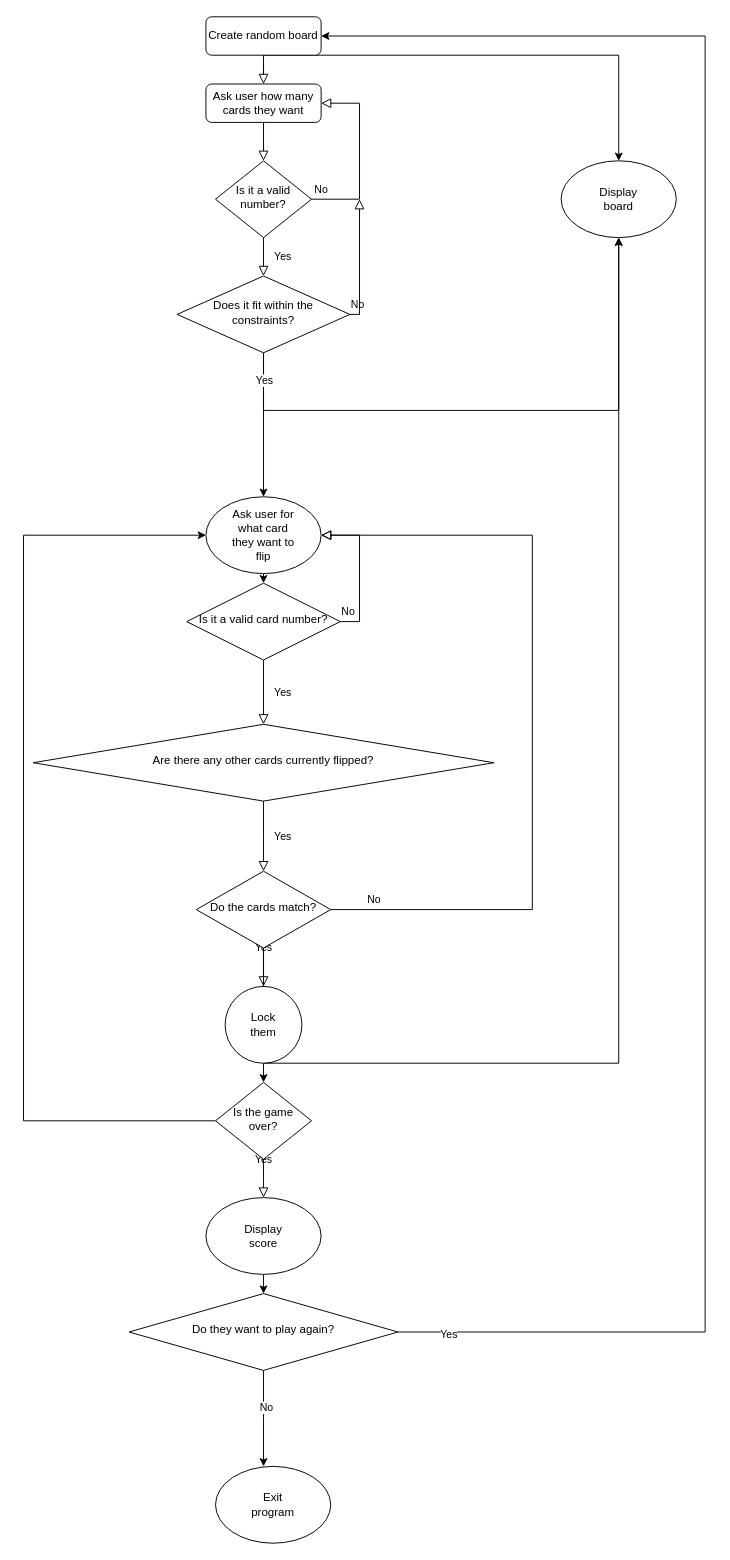
Before: Memory game python flowchart.drawio in zadeviggers/11dte-programming-asessment, a draw.io diagram. Source tidied: cells renumbered, new cells numbered last; positions are measured from the earlier drawing's top-left corner, leaving out a move shared by most shapes. Both pictures are drawn from the tidied source at 96%, with x=0, y=0 at pixel (23, 16).
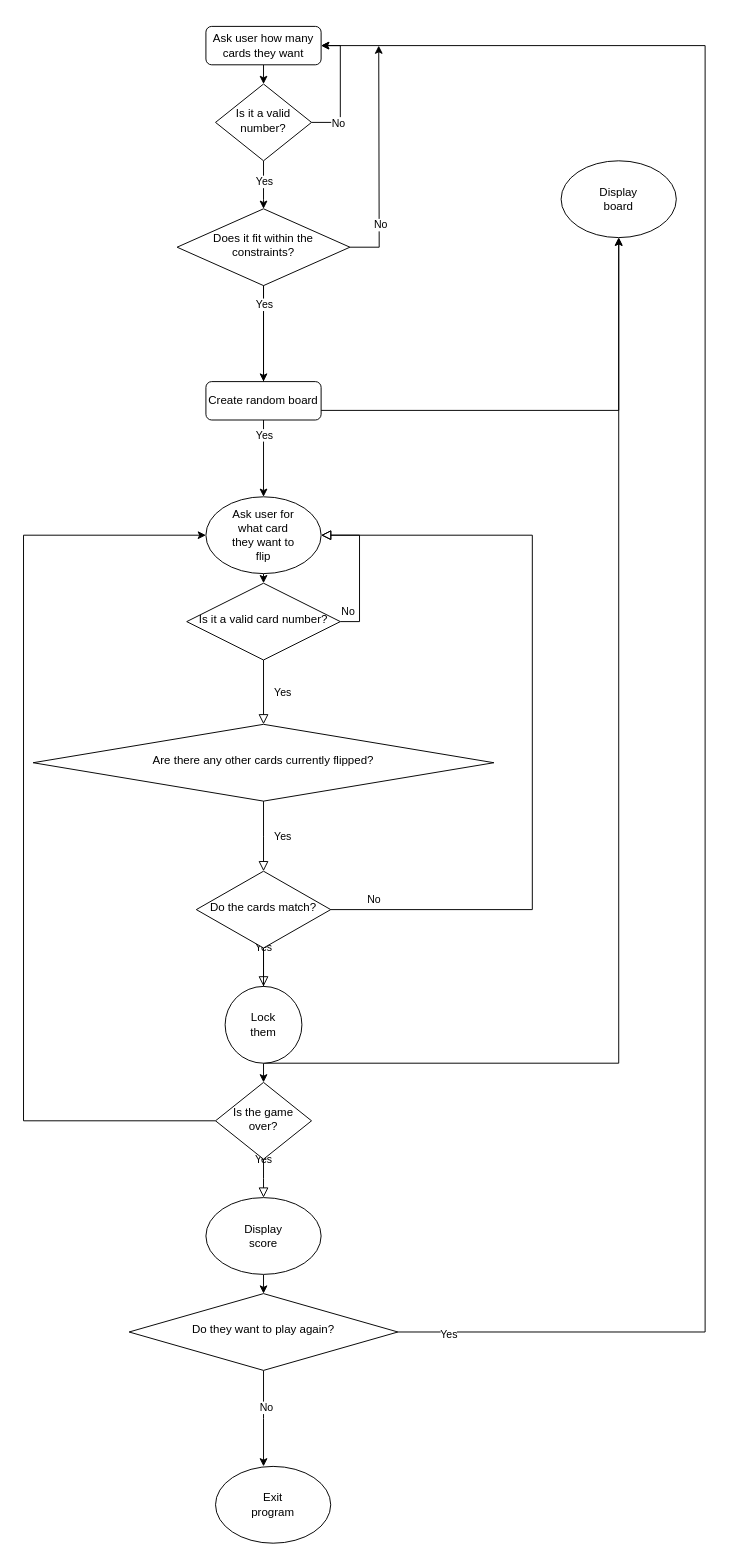
After the change.

The change refers to these unchanged cells:
```xml
<mxCell id="16" style="ellipse;whiteSpace=wrap;html=1;" parent="1" vertex="1">
  <mxGeometry x="190" y="500" width="120" height="80" as="geometry" />
</mxCell>
<mxCell id="40" value="Do they want to play again?" style="rhombus;whiteSpace=wrap;html=1;shadow=0;fontFamily=Helvetica;fontSize=12;align=center;strokeWidth=1;spacing=6;spacingTop=-4;" parent="1" vertex="1">
  <mxGeometry x="110" y="1330" width="280" height="80" as="geometry" />
</mxCell>
<mxCell id="43" style="ellipse;whiteSpace=wrap;html=1;" parent="1" vertex="1">
  <mxGeometry x="560" y="150" width="120" height="80" as="geometry" />
</mxCell>
```

Diff of the diagram source:
```diff
@@
+    <mxCell id="6" style="edgeStyle=orthogonalEdgeStyle;rounded=0;jettySize=auto;html=1;exitX=1;exitY=0.5;exitDx=0;exitDy=0;entryX=1;entryY=0.5;entryDx=0;entryDy=0;" parent="1" edge="1" source="7" target="11">
+      <mxGeometry relative="1" as="geometry">
+        <Array as="points">
+          <mxPoint x="330" y="110" />
+          <mxPoint x="330" y="30" />
+        </Array>
+      </mxGeometry>
+    </mxCell>
+    <mxCell id="45" value="No" style="edgeLabel;html=1;align=center;verticalAlign=middle;" parent="6" vertex="1">
+      <mxGeometry x="-0.58" relative="1" as="geometry" />
+    </mxCell>
+    <mxCell id="5" style="edgeStyle=orthogonalEdgeStyle;rounded=0;jettySize=auto;html=1;exitX=0.5;exitY=1;exitDx=0;exitDy=0;" parent="1" edge="1" source="7" target="10">
+      <mxGeometry relative="1" as="geometry">
+        <Array as="points">
+          <mxPoint x="250" y="190" />
+          <mxPoint x="250" y="190" />
+        </Array>
+      </mxGeometry>
+    </mxCell>
+    <mxCell id="46" value="Yes" style="edgeLabel;html=1;align=center;verticalAlign=middle;" parent="5" vertex="1">
+      <mxGeometry x="-0.15" relative="1" as="geometry" />
+    </mxCell>
+    <mxCell id="7" value="Is it a valid number?" style="rhombus;whiteSpace=wrap;html=1;shadow=0;fontFamily=Helvetica;fontSize=12;align=center;strokeWidth=1;spacing=6;spacingTop=-4;" parent="1" vertex="1">
+      <mxGeometry x="200" y="70" width="100" height="80" as="geometry" />
+    </mxCell>
+    <mxCell id="9" style="edgeStyle=orthogonalEdgeStyle;rounded=0;jettySize=auto;html=1;exitX=0.5;exitY=1;exitDx=0;exitDy=0;entryX=0.5;entryY=1;entryDx=0;entryDy=0;" parent="1" edge="1" source="10" target="43">
+      <mxGeometry relative="1" as="geometry">
+        <Array as="points">
+          <mxPoint x="250" y="410" />
+          <mxPoint x="620" y="410" />
+        </Array>
+      </mxGeometry>
+    </mxCell>
+    <mxCell id="47" style="edgeStyle=orthogonalEdgeStyle;rounded=0;jettySize=auto;html=1;exitX=1;exitY=0.5;exitDx=0;exitDy=0;" parent="1" edge="1" source="10">
+      <mxGeometry relative="1" as="geometry">
+        <mxPoint x="370" y="30" as="targetPoint" />
+      </mxGeometry>
+    </mxCell>
+    <mxCell id="48" value="No" style="edgeLabel;html=1;align=center;verticalAlign=middle;" parent="47" vertex="1">
+      <mxGeometry x="-0.55" y="-1" relative="1" as="geometry" />
+    </mxCell>
+    <mxCell id="10" value="Does it fit within the constraints?" style="rhombus;whiteSpace=wrap;html=1;shadow=0;fontFamily=Helvetica;fontSize=12;align=center;strokeWidth=1;spacing=6;spacingTop=-4;" parent="1" vertex="1">
+      <mxGeometry x="160" y="200" width="180" height="80" as="geometry" />
+    </mxCell>
-    <mxCell id="2" style="rounded=0;html=1;jettySize=auto;fontSize=11;endArrow=block;endFill=0;endSize=8;strokeWidth=1;shadow=0;labelBackgroundColor=none;edgeStyle=orthogonalEdgeStyle;" parent="1" edge="1" source="11" target="7">
+    <mxCell id="2" style="edgeStyle=orthogonalEdgeStyle;rounded=0;jettySize=auto;html=1;exitX=0.5;exitY=1;exitDx=0;exitDy=0;entryX=0.5;entryY=0;entryDx=0;entryDy=0;" parent="1" edge="1" source="11" target="7">
       <mxGeometry relative="1" as="geometry" />
     </mxCell>
-    <mxCell id="3" style="edgeStyle=orthogonalEdgeStyle;rounded=0;jettySize=auto;html=1;exitX=0.5;exitY=1;exitDx=0;exitDy=0;" parent="1" edge="1" source="4" target="43">
-      <mxGeometry relative="1" as="geometry">
-        <Array as="points">
-          <mxPoint x="620" y="40" />
-        </Array>
-      </mxGeometry>
-    </mxCell>
-    <mxCell id="4" value="Create random board" style="rounded=1;whiteSpace=wrap;html=1;fontSize=12;glass=0;strokeWidth=1;shadow=0;" parent="1" vertex="1">
-      <mxGeometry x="190" width="120" height="40" as="geometry" />
-    </mxCell>
-    <mxCell id="5" value="Yes" style="rounded=0;html=1;jettySize=auto;fontSize=11;endArrow=block;endFill=0;endSize=8;strokeWidth=1;shadow=0;labelBackgroundColor=none;edgeStyle=orthogonalEdgeStyle;" parent="1" edge="1" source="7" target="10">
-      <mxGeometry y="20" relative="1" as="geometry" />
-    </mxCell>
-    <mxCell id="6" value="No" style="edgeStyle=orthogonalEdgeStyle;rounded=0;html=1;jettySize=auto;fontSize=11;endArrow=block;endFill=0;endSize=8;strokeWidth=1;shadow=0;labelBackgroundColor=none;entryX=1;entryY=0.5;entryDx=0;entryDy=0;" parent="1" edge="1" source="7" target="11">
-      <mxGeometry x="-0.89" y="10" relative="1" as="geometry">
-        <Array as="points">
-          <mxPoint x="350" y="190" />
-          <mxPoint x="350" y="90" />
-        </Array>
-      </mxGeometry>
-    </mxCell>
-    <mxCell id="7" value="Is it a valid number?" style="rhombus;whiteSpace=wrap;html=1;shadow=0;fontFamily=Helvetica;fontSize=12;align=center;strokeWidth=1;spacing=6;spacingTop=-4;" parent="1" vertex="1">
-      <mxGeometry x="200" y="150" width="100" height="80" as="geometry" />
-    </mxCell>
-    <mxCell id="8" value="No" style="edgeStyle=orthogonalEdgeStyle;rounded=0;html=1;jettySize=auto;fontSize=11;endArrow=block;endFill=0;endSize=8;strokeWidth=1;shadow=0;labelBackgroundColor=none;" parent="1" edge="1" source="10">
-      <mxGeometry x="-0.88" y="10" relative="1" as="geometry">
-        <mxPoint x="350" y="190" as="targetPoint" />
-        <Array as="points">
-          <mxPoint x="350" y="310" />
-        </Array>
-      </mxGeometry>
-    </mxCell>
-    <mxCell id="9" style="edgeStyle=orthogonalEdgeStyle;rounded=0;jettySize=auto;html=1;exitX=0.5;exitY=1;exitDx=0;exitDy=0;entryX=0.5;entryY=1;entryDx=0;entryDy=0;" parent="1" edge="1" source="10" target="43">
-      <mxGeometry relative="1" as="geometry">
-        <Array as="points">
-          <mxPoint x="250" y="410" />
-          <mxPoint x="620" y="410" />
-        </Array>
-      </mxGeometry>
-    </mxCell>
-    <mxCell id="10" value="Does it fit within the constraints?" style="rhombus;whiteSpace=wrap;html=1;shadow=0;fontFamily=Helvetica;fontSize=12;align=center;strokeWidth=1;spacing=6;spacingTop=-4;" parent="1" vertex="1">
-      <mxGeometry x="160" y="270" width="180" height="80" as="geometry" />
-    </mxCell>
     <mxCell id="11" value="Ask user how many cards they want" style="rounded=1;whiteSpace=wrap;html=1;fontSize=12;glass=0;strokeWidth=1;shadow=0;" parent="1" vertex="1">
-      <mxGeometry x="190" y="70" width="120" height="40" as="geometry" />
+      <mxGeometry x="190" y="10" width="120" height="40" as="geometry" />
     </mxCell>
-    <mxCell id="12" style="rounded=0;html=1;jettySize=auto;fontSize=11;endArrow=block;endFill=0;endSize=8;strokeWidth=1;shadow=0;labelBackgroundColor=none;edgeStyle=orthogonalEdgeStyle;" parent="1" edge="1" source="4" target="11">
-      <mxGeometry relative="1" as="geometry" />
-    </mxCell>
-    <mxCell id="13" style="endArrow=classic;html=1;entryX=0.5;entryY=0;entryDx=0;entryDy=0;" parent="1" edge="1" source="10" target="16">
+    <mxCell id="13" style="endArrow=classic;html=1;entryX=0.5;entryY=0;entryDx=0;entryDy=0;" parent="1" edge="1" source="4" target="16">
       <mxGeometry relative="1" as="geometry" />
     </mxCell>
@@
-    <mxCell id="36" style="edgeStyle=orthogonalEdgeStyle;rounded=0;jettySize=auto;html=1;exitX=1;exitY=0.5;exitDx=0;exitDy=0;entryX=1;entryY=0.5;entryDx=0;entryDy=0;" parent="1" edge="1" source="40" target="4">
+    <mxCell id="36" style="edgeStyle=orthogonalEdgeStyle;rounded=0;jettySize=auto;html=1;exitX=1;exitY=0.5;exitDx=0;exitDy=0;" parent="1" edge="1" source="40">
       <mxGeometry relative="1" as="geometry">
+        <mxPoint x="310" y="30" as="targetPoint" />
         <Array as="points">
           <mxPoint x="710" y="1370" />
-          <mxPoint x="710" y="20" />
+          <mxPoint x="710" y="30" />
         </Array>
       </mxGeometry>
     </mxCell>
@@
+    <mxCell id="4" value="Create random board" style="rounded=1;whiteSpace=wrap;html=1;fontSize=12;glass=0;strokeWidth=1;shadow=0;" parent="1" vertex="1">
+      <mxGeometry x="190" y="380" width="120" height="40" as="geometry" />
+    </mxCell>
+    <mxCell id="49" style="endArrow=classic;html=1;entryX=0.5;entryY=0;entryDx=0;entryDy=0;" parent="1" edge="1" source="10" target="4">
+      <mxGeometry relative="1" as="geometry" />
+    </mxCell>
+    <mxCell id="50" value="Yes" style="edgeLabel;html=1;align=center;verticalAlign=middle;" parent="49" vertex="1">
+      <mxGeometry x="-0.63" relative="1" as="geometry" />
+    </mxCell>
```
